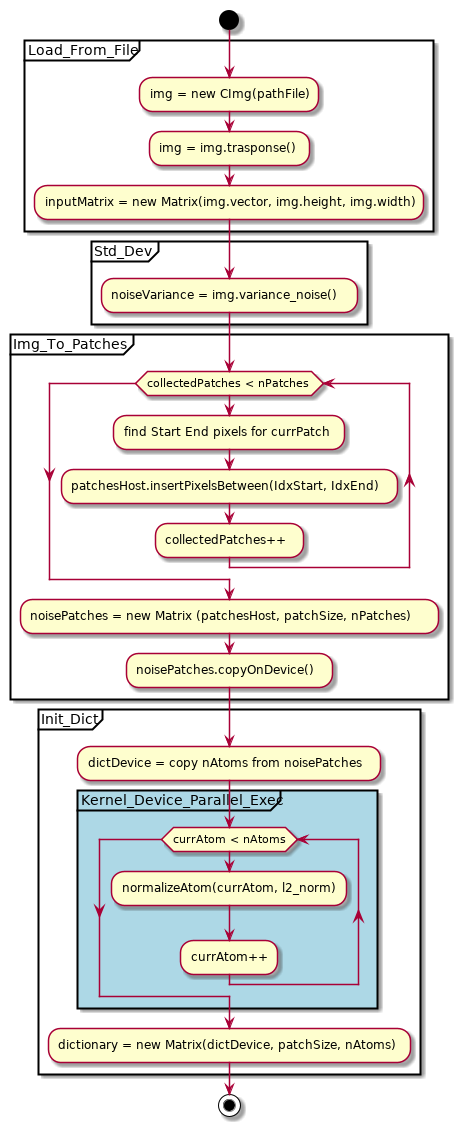
Above: uml/out/uml/src/InitializationDiagram.png in newfla/CUDA-K-SVD-Denoising (PlantUML), before the change.
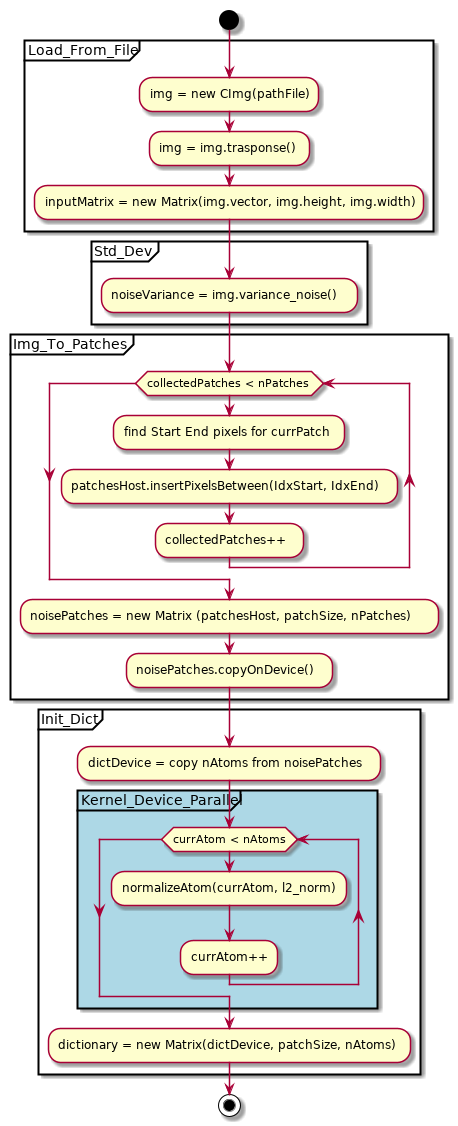
After the commit.

Change to the diagram source:
```diff
@@ -22,7 +22,7 @@
 
 partition Init_Dict {
     :dictDevice = copy nAtoms from noisePatches;
-    partition Kernel_Device_Parallel_Exec  #LightBlue{
+    partition Kernel_Device_Parallel #LightBlue{
         while (currAtom < nAtoms)
             :normalizeAtom(currAtom, l2_norm);
             :currAtom++;
```
